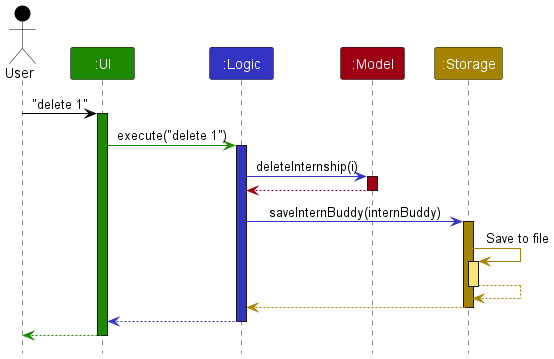
Earlier version of the PlantUML export docs/images/ArchitectureSequenceDiagram.png (nus-cs2103-AY2223S2/tp).
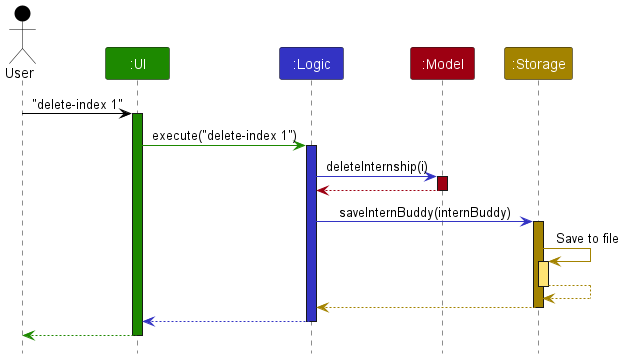
Above is the later version.

Change to the diagram source:
```diff
@@ -7,10 +7,10 @@
 Participant ":Model" as model MODEL_COLOR
 Participant ":Storage" as storage STORAGE_COLOR
 
-user -[USER_COLOR]> ui : "delete 1"
+user -[USER_COLOR]> ui : "delete-index 1"
 activate ui UI_COLOR
 
-ui -[UI_COLOR]> logic : execute("delete 1")
+ui -[UI_COLOR]> logic : execute("delete-index 1")
 activate logic LOGIC_COLOR
 
 logic -[LOGIC_COLOR]> model : deleteInternship(i)
```
